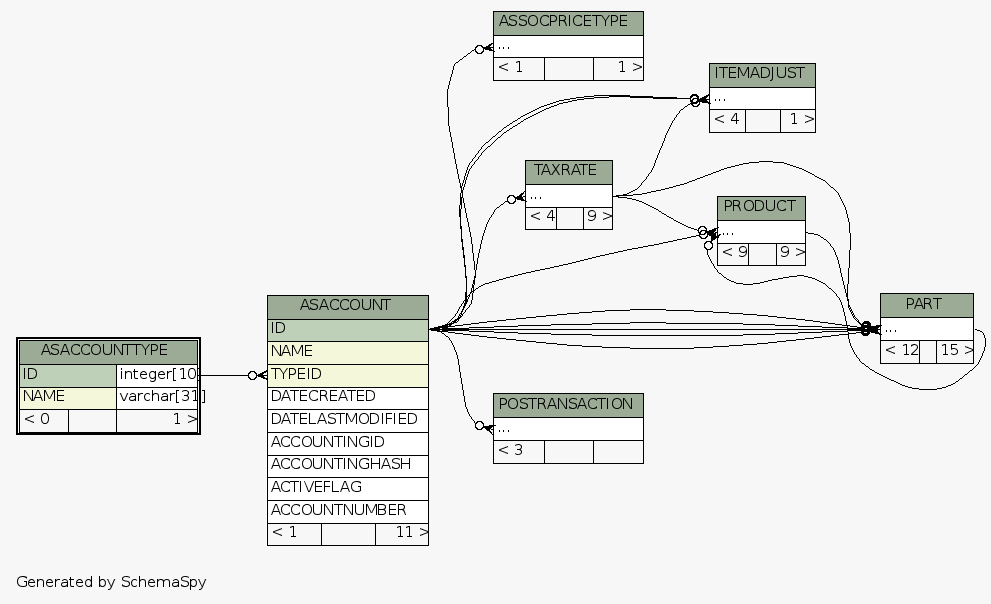
Earlier version of the Graphviz export dictionary/Fishbowl2013.5/diagrams/ASACCOUNTTYPE.2degrees.png (ilopez/FishbowlDataDictionary). Its source is kept beside it as dictionary/Fishbowl2013.5/diagrams/ASACCOUNTTYPE.2degrees.dot.
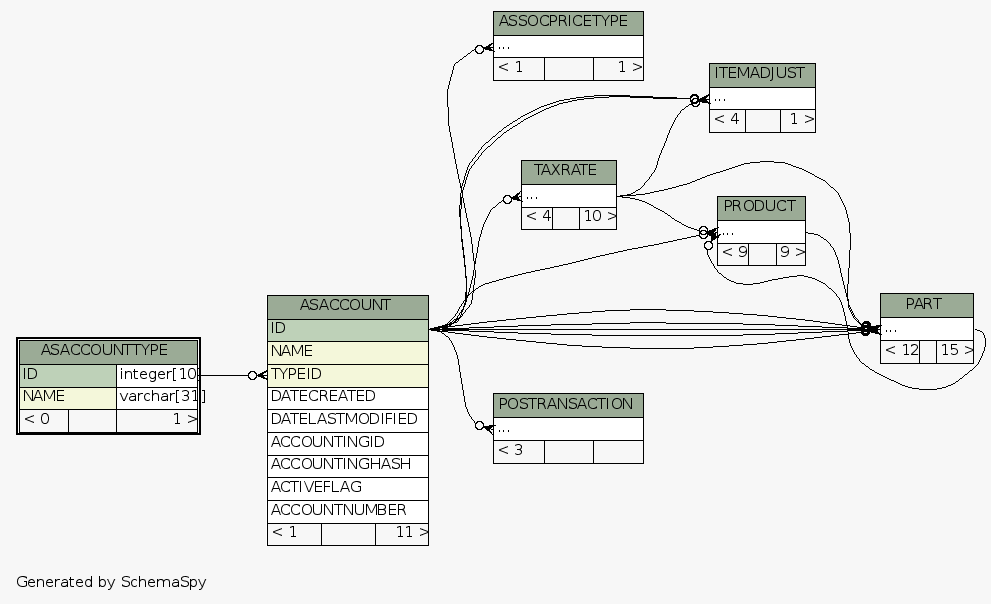
The same diagram one commit later.

What changed in the source:
```diff
@@ -118,7 +118,7 @@
     <TABLE BORDER="0" CELLBORDER="1" CELLSPACING="0" BGCOLOR="#ffffff">
       <TR><TD COLSPAN="3" BGCOLOR="#9bab96" ALIGN="CENTER">TAXRATE</TD></TR>
       <TR><TD PORT="elipses" COLSPAN="3" ALIGN="LEFT">...</TD></TR>
-      <TR><TD ALIGN="LEFT" BGCOLOR="#f7f7f7">&lt; 4</TD><TD ALIGN="RIGHT" BGCOLOR="#f7f7f7">  </TD><TD ALIGN="RIGHT" BGCOLOR="#f7f7f7">9 &gt;</TD></TR>
+      <TR><TD ALIGN="LEFT" BGCOLOR="#f7f7f7">&lt; 4</TD><TD ALIGN="RIGHT" BGCOLOR="#f7f7f7">  </TD><TD ALIGN="RIGHT" BGCOLOR="#f7f7f7">10 &gt;</TD></TR>
     </TABLE>>
     URL="TAXRATE.html"
     tooltip="TAXRATE"
```
